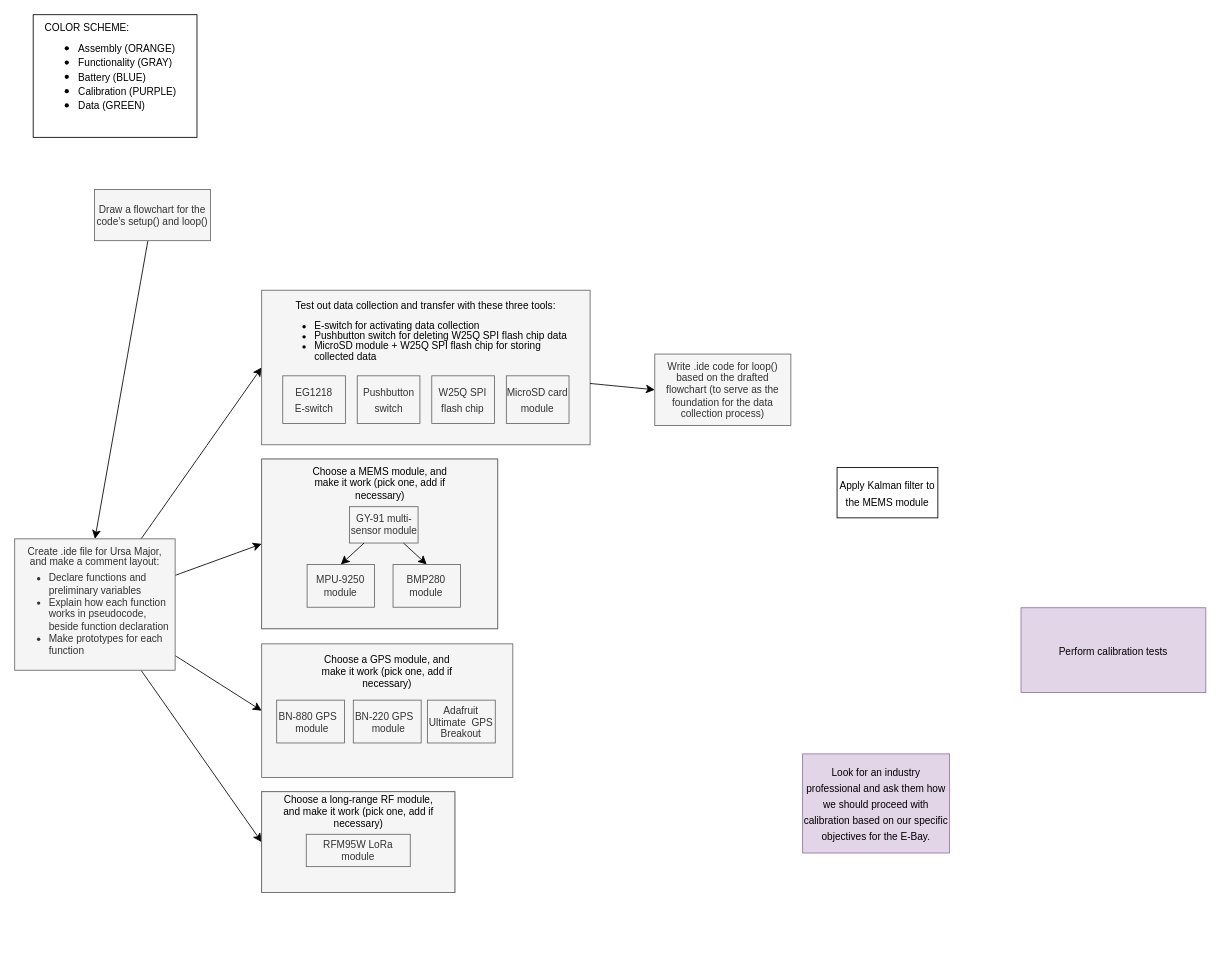
Before: URSA MINOR v1 Focus Tree.drawio in CEO-of-GitHub/URSA-MINOR, a draw.io diagram. Source tidied: cells renumbered, new cells numbered last; positions are measured from the earlier drawing's top-left corner, leaving out a move shared by most shapes. Both pictures are drawn from the tidied source at 84%, with x=0, y=0 at pixel (14, 14).
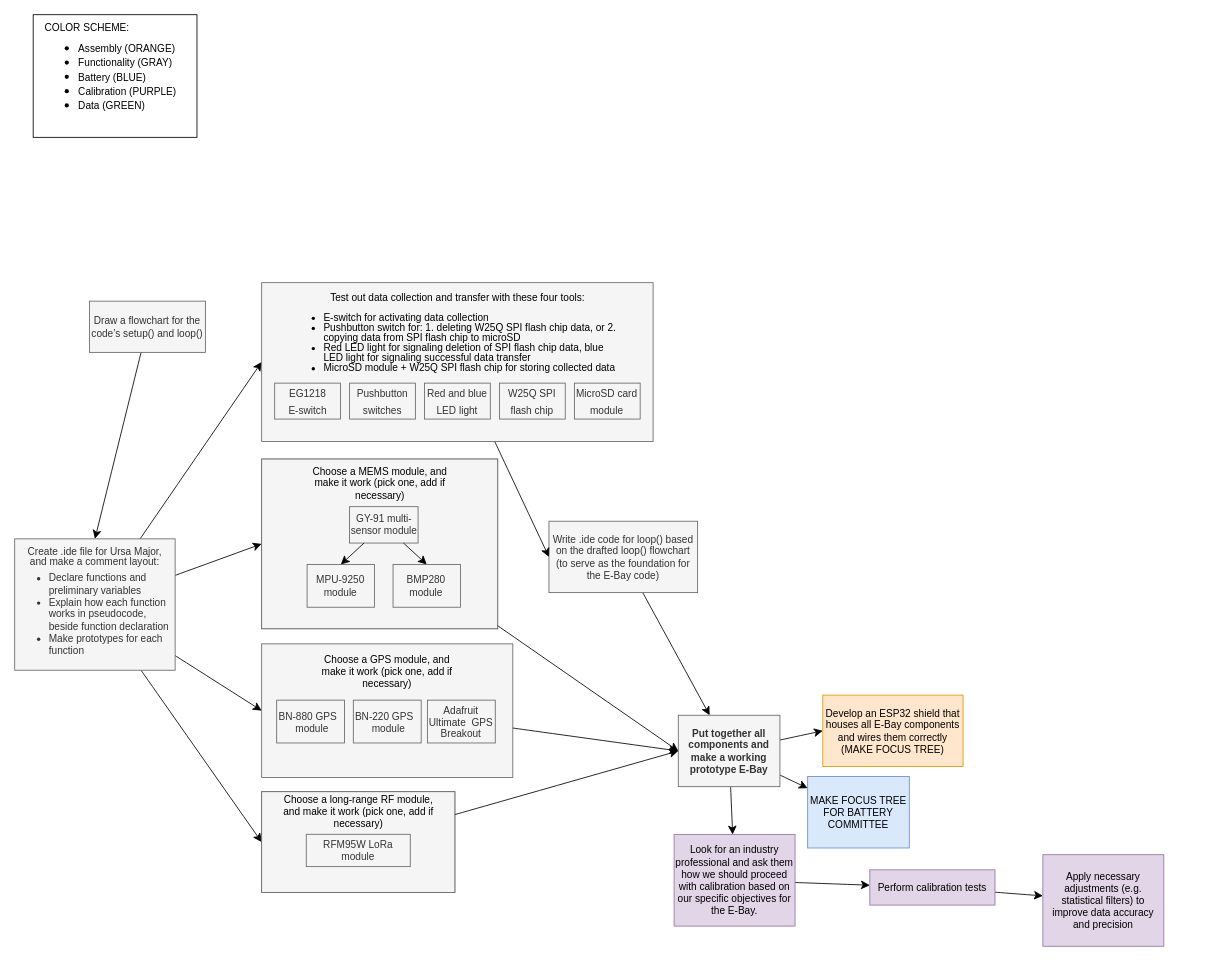
The same page after the edit.

The change refers to these unchanged cells:
```xml
<mxCell id="6" value="&lt;p style=&quot;line-height: 0%;&quot;&gt;Create .ide file for Ursa Major,&lt;/p&gt;&lt;p style=&quot;line-height: 0%;&quot;&gt;and make a comment layout:&lt;/p&gt;&lt;div style=&quot;text-align: left;&quot;&gt;&lt;ul&gt;&lt;li&gt;Declare functions and preliminary variables&lt;/li&gt;&lt;li&gt;Explain how each function works in pseudocode, beside function declaration&lt;/li&gt;&lt;li&gt;Make prototypes for each function&lt;/li&gt;&lt;/ul&gt;&lt;/div&gt;&lt;p&gt;&lt;/p&gt;" style="whiteSpace=wrap;html=1;fontSize=12;fillColor=#f5f5f5;strokeColor=#666666;fontColor=#333333;" parent="1" vertex="1">
  <mxGeometry y="624" width="191" height="156.4" as="geometry" />
</mxCell>
<mxCell id="9" style="rounded=0;whiteSpace=wrap;html=1;fontSize=16;fillColor=#f5f5f5;fontColor=#333333;strokeColor=#666666;" parent="8" vertex="1">
  <mxGeometry width="281" height="202" as="geometry" />
</mxCell>
<mxCell id="17" style="rounded=0;whiteSpace=wrap;html=1;fontSize=16;fillColor=#f5f5f5;fontColor=#333333;strokeColor=#666666;" parent="16" vertex="1">
  <mxGeometry width="299" height="159" as="geometry" />
</mxCell>
<mxCell id="23" style="rounded=0;whiteSpace=wrap;html=1;fontSize=16;fillColor=#f5f5f5;fontColor=#333333;strokeColor=#666666;" parent="22" vertex="1">
  <mxGeometry width="230" height="120" as="geometry" />
</mxCell>
```

What changed in the source:
```diff
@@
-    <mxCell id="7" value="&lt;font style=&quot;font-size: 12px;&quot;&gt;Apply Kalman filter to the MEMS module&lt;/font&gt;" style="whiteSpace=wrap;html=1;fontSize=16;" parent="1" vertex="1">
-      <mxGeometry x="979" y="539" width="120" height="60" as="geometry" />
-    </mxCell>
@@
-    <mxCell id="27" style="group;" parent="1" vertex="1">
-      <mxGeometry x="294" y="328" width="391" height="184" as="geometry" />
-    </mxCell>
+    <mxCell id="40" style="edgeStyle=none;curved=1;rounded=0;jettySize=auto;html=1;fontSize=12;startSize=8;endSize=8;" parent="1" edge="1" source="34" target="51">
+      <mxGeometry relative="1" as="geometry" />
+    </mxCell>
+    <mxCell id="34" value="&lt;p style=&quot;line-height: 100%;&quot;&gt;&lt;font style=&quot;font-size: 12px;&quot;&gt;Perform calibration tests&lt;br&gt;&lt;/font&gt;&lt;/p&gt;" style="whiteSpace=wrap;html=1;fontSize=16;fillColor=#e1d5e7;strokeColor=#9673a6;" parent="1" vertex="1">
+      <mxGeometry x="1018" y="1018" width="149" height="42" as="geometry" />
+    </mxCell>
+    <mxCell id="36" style="edgeStyle=none;curved=1;rounded=0;jettySize=auto;html=1;entryX=0.5;entryY=0;entryDx=0;entryDy=0;fontSize=12;startSize=8;endSize=8;" parent="1" edge="1" source="37" target="6">
+      <mxGeometry relative="1" as="geometry" />
+    </mxCell>
+    <mxCell id="37" value="Draw a flowchart for the code’s setup() and loop()" style="whiteSpace=wrap;html=1;fontSize=12;fillColor=#f5f5f5;strokeColor=#666666;fontColor=#333333;" parent="1" vertex="1">
+      <mxGeometry x="89" y="341" width="138" height="61" as="geometry" />
+    </mxCell>
+    <mxCell id="41" style="edgeStyle=none;curved=1;rounded=0;jettySize=auto;html=1;fontSize=12;startSize=8;endSize=8;" parent="1" edge="1" source="38" target="45">
+      <mxGeometry relative="1" as="geometry" />
+    </mxCell>
+    <mxCell id="38" value="Write .ide code for loop() based on the drafted loop() flowchart (to serve as the foundation for the E-Bay code)" style="whiteSpace=wrap;html=1;fontSize=12;fillColor=#f5f5f5;strokeColor=#666666;fontColor=#333333;" parent="1" vertex="1">
+      <mxGeometry x="636" y="603" width="177" height="85" as="geometry" />
+    </mxCell>
+    <mxCell id="39" style="edgeStyle=none;curved=1;rounded=0;jettySize=auto;html=1;entryX=0;entryY=0.5;entryDx=0;entryDy=0;fontSize=12;startSize=8;endSize=8;" parent="1" edge="1" source="28" target="38">
+      <mxGeometry relative="1" as="geometry" />
+    </mxCell>
+    <mxCell id="42" style="edgeStyle=none;curved=1;rounded=0;jettySize=auto;html=1;fontSize=12;startSize=8;endSize=8;" parent="1" edge="1" source="45" target="35">
+      <mxGeometry relative="1" as="geometry" />
+    </mxCell>
+    <mxCell id="43" style="edgeStyle=none;curved=1;rounded=0;jettySize=auto;html=1;fontSize=12;startSize=8;endSize=8;" parent="1" edge="1" source="45" target="50">
+      <mxGeometry relative="1" as="geometry" />
+    </mxCell>
+    <mxCell id="44" style="edgeStyle=none;curved=1;rounded=0;jettySize=auto;html=1;fontSize=12;startSize=8;endSize=8;entryX=0;entryY=0.5;entryDx=0;entryDy=0;" parent="1" edge="1" source="45" target="52">
+      <mxGeometry relative="1" as="geometry" />
+    </mxCell>
+    <mxCell id="45" value="Put together all components and make a working prototype E-Bay" style="whiteSpace=wrap;html=1;fontSize=12;fillColor=#f5f5f5;strokeColor=#666666;fontColor=#333333;fontStyle=1;" parent="1" vertex="1">
+      <mxGeometry x="790" y="834" width="121" height="85" as="geometry" />
+    </mxCell>
+    <mxCell id="46" style="edgeStyle=none;curved=1;rounded=0;jettySize=auto;html=1;entryX=0;entryY=0.5;entryDx=0;entryDy=0;fontSize=12;startSize=8;endSize=8;" parent="1" edge="1" source="9" target="45">
+      <mxGeometry relative="1" as="geometry" />
+    </mxCell>
+    <mxCell id="47" style="edgeStyle=none;curved=1;rounded=0;jettySize=auto;html=1;entryX=0;entryY=0.5;entryDx=0;entryDy=0;fontSize=12;startSize=8;endSize=8;" parent="1" edge="1" source="17" target="45">
+      <mxGeometry relative="1" as="geometry" />
+    </mxCell>
+    <mxCell id="48" style="edgeStyle=none;curved=1;rounded=0;jettySize=auto;html=1;entryX=0;entryY=0.5;entryDx=0;entryDy=0;fontSize=12;startSize=8;endSize=8;" parent="1" edge="1" source="23" target="45">
+      <mxGeometry relative="1" as="geometry" />
+    </mxCell>
+    <mxCell id="49" style="edgeStyle=none;curved=1;rounded=0;jettySize=auto;html=1;fontSize=12;startSize=8;endSize=8;" parent="1" edge="1" source="35" target="34">
+      <mxGeometry relative="1" as="geometry" />
+    </mxCell>
+    <mxCell id="35" value="Look for an industry professional and ask them how we should proceed with calibration based on our specific objectives for the E-Bay." style="whiteSpace=wrap;html=1;fontSize=12;fillColor=#e1d5e7;strokeColor=#9673a6;" parent="1" vertex="1">
+      <mxGeometry x="785" y="976" width="144" height="109" as="geometry" />
+    </mxCell>
+    <mxCell id="50" value="MAKE FOCUS TREE FOR BATTERY COMMITTEE" style="whiteSpace=wrap;html=1;fontSize=12;fillColor=#dae8fc;strokeColor=#6c8ebf;" parent="1" vertex="1">
+      <mxGeometry x="944" y="907" width="121" height="85" as="geometry" />
+    </mxCell>
+    <mxCell id="51" value="Apply necessary adjustments (e.g. statistical filters) to improve data accuracy and precision" style="whiteSpace=wrap;html=1;fontSize=12;fillColor=#e1d5e7;strokeColor=#9673a6;" parent="1" vertex="1">
+      <mxGeometry x="1224" y="1000" width="144" height="109" as="geometry" />
+    </mxCell>
+    <mxCell id="52" value="Develop an ESP32 shield that houses all E-Bay components and wires them correctly (MAKE FOCUS TREE)" style="whiteSpace=wrap;html=1;fontSize=12;fillColor=#ffe6cc;strokeColor=#d79b00;" parent="1" vertex="1">
+      <mxGeometry x="962" y="810" width="167" height="85" as="geometry" />
+    </mxCell>
+    <mxCell id="53" style="group;" parent="1" vertex="1">
+      <mxGeometry x="294" y="319" width="466" height="189" as="geometry" />
+    </mxCell>
-    <mxCell id="28" style="rounded=0;whiteSpace=wrap;html=1;fontSize=16;fillColor=#f5f5f5;fontColor=#333333;strokeColor=#666666;" parent="27" vertex="1">
-      <mxGeometry width="391" height="184" as="geometry" />
+    <mxCell id="28" style="rounded=0;whiteSpace=wrap;html=1;fontSize=16;fillColor=#f5f5f5;fontColor=#333333;strokeColor=#666666;" parent="53" vertex="1">
+      <mxGeometry width="466" height="189" as="geometry" />
     </mxCell>
-    <mxCell id="29" value="&lt;p style=&quot;line-height: 100%;&quot;&gt;Test out data collection and transfer with these three tools:&lt;br&gt;&lt;/p&gt;&lt;div style=&quot;text-align: left; line-height: 100%;&quot;&gt;&lt;ul style=&quot;line-height: 100%;&quot;&gt;&lt;li&gt;E-switch for activating data collection&lt;/li&gt;&lt;li&gt;Pushbutton switch for deleting W25Q SPI flash chip data&lt;/li&gt;&lt;li&gt;MicroSD module + W25Q SPI flash chip for storing collected data&lt;br&gt;&lt;/li&gt;&lt;/ul&gt;&lt;/div&gt;&lt;p&gt;&lt;/p&gt;" style="text;strokeColor=none;fillColor=none;html=1;align=center;verticalAlign=middle;whiteSpace=wrap;rounded=0;fontSize=12;" parent="27" vertex="1">
-      <mxGeometry x="22.1" y="17.7" width="346.9" height="60.1" as="geometry" />
-    </mxCell>
-    <mxCell id="30" value="&lt;font style=&quot;font-size: 12px;&quot;&gt;EG1218&lt;br&gt;E-switch&lt;/font&gt;" style="whiteSpace=wrap;html=1;fontSize=16;fillColor=#f5f5f5;fontColor=#333333;strokeColor=#666666;" parent="27" vertex="1">
-      <mxGeometry x="25.1" y="101.9" width="74.6" height="56.7" as="geometry" />
+    <mxCell id="30" value="&lt;font style=&quot;font-size: 12px;&quot;&gt;EG1218&lt;br&gt;E-switch&lt;/font&gt;" style="whiteSpace=wrap;html=1;fontSize=16;fillColor=#f5f5f5;fontColor=#333333;strokeColor=#666666;" parent="53" vertex="1">
+      <mxGeometry x="15.5" y="119.6" width="78.3" height="42.8" as="geometry" />
     </mxCell>
-    <mxCell id="31" value="&lt;span style=&quot;font-size: 12px;&quot;&gt;Pushbutton switch&lt;/span&gt;" style="whiteSpace=wrap;html=1;fontSize=16;fillColor=#f5f5f5;fontColor=#333333;strokeColor=#666666;" parent="27" vertex="1">
-      <mxGeometry x="113.8" y="101.9" width="74.6" height="56.7" as="geometry" />
-    </mxCell>
+    <mxCell id="54" value="&lt;span style=&quot;font-size: 12px;&quot;&gt;Pushbutton switches&lt;/span&gt;" style="whiteSpace=wrap;html=1;fontSize=16;fillColor=#f5f5f5;fontColor=#333333;strokeColor=#666666;" parent="53" vertex="1">
+      <mxGeometry x="104.7" y="119.6" width="78.3" height="42.8" as="geometry" />
+    </mxCell>
+    <mxCell id="55" value="&lt;span style=&quot;font-size: 12px;&quot;&gt;Red and blue LED light&lt;/span&gt;" style="whiteSpace=wrap;html=1;fontSize=16;fillColor=#f5f5f5;fontColor=#333333;strokeColor=#666666;" parent="53" vertex="1">
+      <mxGeometry x="193.9" y="119.6" width="78.3" height="42.8" as="geometry" />
+    </mxCell>
-    <mxCell id="32" value="&lt;span style=&quot;font-size: 12px;&quot;&gt;W25Q SPI flash chip&lt;/span&gt;" style="whiteSpace=wrap;html=1;fontSize=16;fillColor=#f5f5f5;fontColor=#333333;strokeColor=#666666;" parent="27" vertex="1">
-      <mxGeometry x="202.5" y="101.9" width="74.6" height="56.7" as="geometry" />
+    <mxCell id="32" value="&lt;span style=&quot;font-size: 12px;&quot;&gt;W25Q SPI flash chip&lt;/span&gt;" style="whiteSpace=wrap;html=1;fontSize=16;fillColor=#f5f5f5;fontColor=#333333;strokeColor=#666666;" parent="53" vertex="1">
+      <mxGeometry x="283.1" y="119.6" width="78.3" height="42.8" as="geometry" />
     </mxCell>
-    <mxCell id="33" value="&lt;span style=&quot;font-size: 12px;&quot;&gt;MicroSD card module&lt;/span&gt;" style="whiteSpace=wrap;html=1;fontSize=16;fillColor=#f5f5f5;fontColor=#333333;strokeColor=#666666;" parent="27" vertex="1">
-      <mxGeometry x="291.3" y="101.9" width="74.6" height="56.7" as="geometry" />
+    <mxCell id="33" value="&lt;span style=&quot;font-size: 12px;&quot;&gt;MicroSD card module&lt;/span&gt;" style="whiteSpace=wrap;html=1;fontSize=16;fillColor=#f5f5f5;fontColor=#333333;strokeColor=#666666;" parent="53" vertex="1">
+      <mxGeometry x="372.3" y="119.6" width="78.3" height="42.8" as="geometry" />
     </mxCell>
-    <mxCell id="34" value="&lt;font style=&quot;font-size: 12px;&quot;&gt;Perform calibration tests&lt;br&gt;&lt;/font&gt;" style="whiteSpace=wrap;html=1;fontSize=16;fillColor=#e1d5e7;strokeColor=#9673a6;" parent="1" vertex="1">
-      <mxGeometry x="1198" y="706" width="220" height="101" as="geometry" />
-    </mxCell>
-    <mxCell id="35" value="&lt;font style=&quot;font-size: 12px;&quot;&gt;Look for an industry professional and ask them how we should proceed with calibration based on our specific objectives for the E-Bay.&lt;br&gt;&lt;/font&gt;" style="whiteSpace=wrap;html=1;fontSize=16;fillColor=#e1d5e7;strokeColor=#9673a6;" parent="1" vertex="1">
-      <mxGeometry x="938" y="880" width="175" height="118" as="geometry" />
-    </mxCell>
-    <mxCell id="36" style="edgeStyle=none;curved=1;rounded=0;jettySize=auto;html=1;entryX=0.5;entryY=0;entryDx=0;entryDy=0;fontSize=12;startSize=8;endSize=8;" parent="1" edge="1" source="37" target="6">
-      <mxGeometry relative="1" as="geometry" />
-    </mxCell>
-    <mxCell id="37" value="Draw a flowchart for the code’s setup() and loop()" style="whiteSpace=wrap;html=1;fontSize=12;fillColor=#f5f5f5;strokeColor=#666666;fontColor=#333333;" parent="1" vertex="1">
-      <mxGeometry x="95" y="208" width="138" height="61" as="geometry" />
-    </mxCell>
-    <mxCell id="38" value="Write .ide code for loop() based on the drafted flowchart (to serve as the foundation for the data collection process)" style="whiteSpace=wrap;html=1;fontSize=12;fillColor=#f5f5f5;strokeColor=#666666;fontColor=#333333;" parent="1" vertex="1">
-      <mxGeometry x="762" y="404" width="162" height="85" as="geometry" />
-    </mxCell>
-    <mxCell id="39" style="edgeStyle=none;curved=1;rounded=0;jettySize=auto;html=1;entryX=0;entryY=0.5;entryDx=0;entryDy=0;fontSize=12;startSize=8;endSize=8;" parent="1" edge="1" source="28" target="38">
-      <mxGeometry relative="1" as="geometry" />
-    </mxCell>
+    <mxCell id="29" value="&lt;p style=&quot;line-height: 100%;&quot;&gt;Test out data collection and transfer with these four tools:&lt;br&gt;&lt;/p&gt;&lt;div style=&quot;text-align: left; line-height: 100%;&quot;&gt;&lt;ul style=&quot;line-height: 100%;&quot;&gt;&lt;li&gt;E-switch for activating data collection&lt;/li&gt;&lt;li&gt;Pushbutton switch for: 1. deleting W25Q SPI flash chip data, or 2. copying data from SPI flash chip to microSD&lt;/li&gt;&lt;li&gt;Red LED light for signaling deletion of SPI flash chip data, blue LED light for signaling successful data transfer&lt;/li&gt;&lt;li&gt;MicroSD module + W25Q SPI flash chip for storing collected data&lt;br&gt;&lt;/li&gt;&lt;/ul&gt;&lt;/div&gt;&lt;p&gt;&lt;/p&gt;" style="text;strokeColor=none;fillColor=none;html=1;align=center;verticalAlign=middle;whiteSpace=wrap;rounded=0;fontSize=12;" parent="53" vertex="1">
+      <mxGeometry x="32.8" y="5.6" width="400.5" height="107.7" as="geometry" />
+    </mxCell>
```
